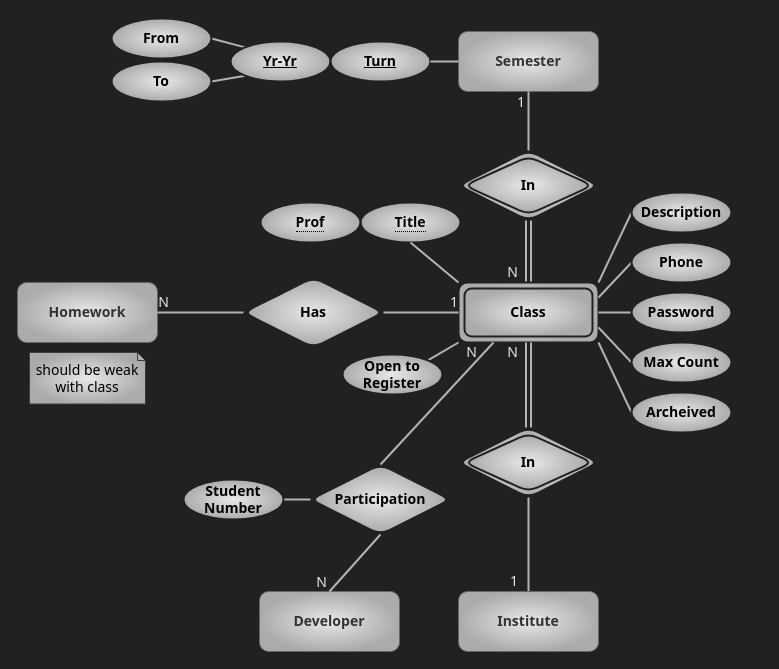
kntu-db/quera-db keeps this draw.io diagram as page "education" (5 of 5) of er.drawio. Above is the earlier version. Source tidied: cells renumbered, new cells numbered last; positions are measured from the earlier drawing's top-left corner, leaving out a move shared by most shapes. Both pictures are drawn from the tidied source at 100%, with x=0, y=0 at pixel (17, 18).
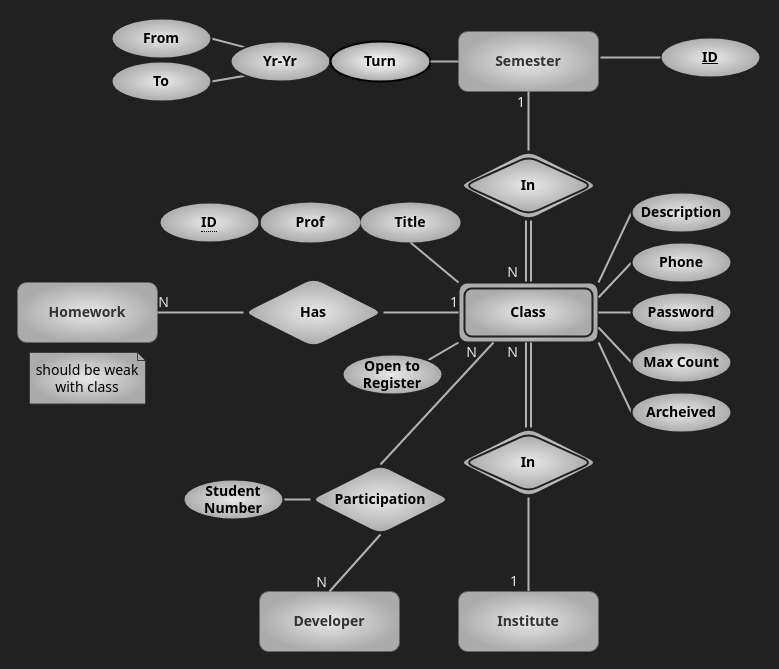
The same page after the edit.

The edit, as a diff of the source:
```diff
@@
-    <mxCell id="5" value="Yr-Yr" style="ellipse;whiteSpace=wrap;html=1;align=center;rounded=1;labelBackgroundColor=none;fontFamily=Tahoma;fontSize=14;fontColor=#000000;strokeColor=#212121;strokeWidth=2;fillColor=#E8E8E8;gradientColor=#ABABAB;gradientDirection=radial;fontStyle=5;" parent="1" vertex="1">
+    <mxCell id="5" value="Yr-Yr" style="ellipse;whiteSpace=wrap;html=1;align=center;rounded=1;labelBackgroundColor=none;fontFamily=Tahoma;fontSize=14;fontColor=#000000;strokeColor=#212121;strokeWidth=2;fillColor=#E8E8E8;gradientColor=#ABABAB;gradientDirection=radial;fontStyle=1;" parent="1" vertex="1">
       <mxGeometry x="213" y="23" width="100" height="40" as="geometry" />
     </mxCell>
-    <mxCell id="6" value="Turn" style="ellipse;whiteSpace=wrap;html=1;align=center;rounded=1;labelBackgroundColor=none;fontFamily=Tahoma;fontSize=14;fontColor=#000000;strokeColor=#212121;strokeWidth=2;fillColor=#E8E8E8;gradientColor=#ABABAB;gradientDirection=radial;fontStyle=5;" parent="1" vertex="1">
+    <mxCell id="6" value="Turn" style="ellipse;whiteSpace=wrap;html=1;align=center;rounded=1;labelBackgroundColor=none;fontFamily=Tahoma;fontSize=14;fontColor=#000000;strokeColor=default;strokeWidth=2;fillColor=default;gradientColor=#ABABAB;gradientDirection=radial;fontStyle=1;" parent="1" vertex="1">
       <mxGeometry x="313" y="23" width="100" height="40" as="geometry" />
     </mxCell>
@@
-    <mxCell id="43" value="&lt;span style=&quot;border-bottom: 1px dotted&quot;&gt;Title&lt;/span&gt;" style="ellipse;whiteSpace=wrap;html=1;align=center;rounded=1;labelBackgroundColor=none;fontFamily=Tahoma;fontSize=14;fontColor=#000000;strokeColor=#212121;strokeWidth=2;fillColor=#E8E8E8;gradientColor=#ABABAB;gradientDirection=radial;fontStyle=1;" parent="1" vertex="1">
+    <mxCell id="43" value="Title" style="ellipse;align=center;rounded=1;labelBackgroundColor=none;fontFamily=Tahoma;fontSize=14;fontColor=#000000;strokeColor=none;strokeWidth=2;fillColor=#E8E8E8;gradientColor=#ABABAB;gradientDirection=radial;fontStyle=1;verticalAlign=middle;whiteSpace=wrap;horizontal=1;" parent="1" vertex="1">
       <mxGeometry x="343" y="184" width="100" height="40" as="geometry" />
     </mxCell>
-    <mxCell id="44" value="&lt;span style=&quot;border-bottom: 1px dotted&quot;&gt;Prof&lt;/span&gt;" style="ellipse;whiteSpace=wrap;html=1;align=center;rounded=1;labelBackgroundColor=none;fontFamily=Tahoma;fontSize=14;fontColor=#000000;strokeColor=#212121;strokeWidth=2;fillColor=#E8E8E8;gradientColor=#ABABAB;gradientDirection=radial;fontStyle=1;" parent="1" vertex="1">
+    <mxCell id="44" value="Prof" style="ellipse;whiteSpace=wrap;align=center;rounded=1;labelBackgroundColor=none;fontFamily=Tahoma;fontSize=14;fontColor=#000000;strokeColor=none;strokeWidth=2;fillColor=#E8E8E8;gradientColor=#ABABAB;gradientDirection=radial;fontStyle=1;" parent="1" vertex="1">
       <mxGeometry x="243" y="184" width="100" height="40" as="geometry" />
     </mxCell>
@@
+    <mxCell id="52" value="&lt;span style=&quot;border-bottom: 1px dotted&quot;&gt;ID&lt;/span&gt;" style="ellipse;whiteSpace=wrap;html=1;align=center;rounded=1;labelBackgroundColor=none;fontFamily=Tahoma;fontSize=14;fontColor=#000000;strokeColor=#212121;strokeWidth=2;fillColor=#E8E8E8;gradientColor=#ABABAB;gradientDirection=radial;fontStyle=1;" parent="1" vertex="1">
+      <mxGeometry x="142" y="184" width="100" height="40" as="geometry" />
+    </mxCell>
+    <mxCell id="53" value="ID" style="ellipse;whiteSpace=wrap;html=1;align=center;rounded=1;labelBackgroundColor=none;fontFamily=Tahoma;fontSize=14;fontColor=#000000;strokeColor=#212121;strokeWidth=2;fillColor=#E8E8E8;gradientColor=#ABABAB;gradientDirection=radial;fontStyle=5;" parent="1" vertex="1">
+      <mxGeometry x="643" y="19" width="100" height="40" as="geometry" />
+    </mxCell>
+    <mxCell id="54" style="endArrow=none;html=1;rounded=1;fontFamily=Tahoma;fontSize=14;fontColor=#000000;strokeWidth=2;sketch=0;shadow=0;fillColor=none;strokeColor=#B3B3B3;exitX=0;exitY=0.5;exitDx=0;exitDy=0;" parent="1" edge="1" source="53">
+      <mxGeometry relative="1" as="geometry">
+        <mxPoint x="583" y="39" as="targetPoint" />
+      </mxGeometry>
+    </mxCell>
```
